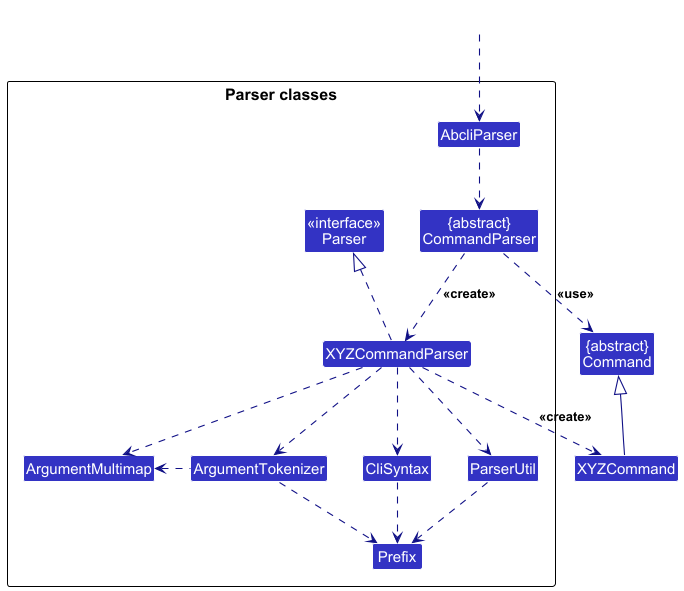
The PlantUML diagram docs/images/ParserClasses.png in nus-cs2103-AY2425S1/tp, before a commit.
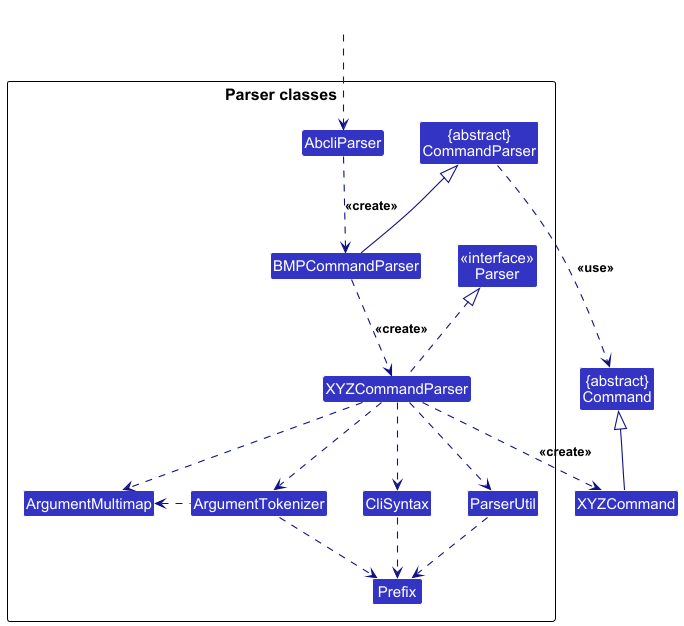
Above is the later version.

Change to the diagram source:
```diff
@@ -17,13 +17,15 @@
 Class ArgumentMultimap
 Class ArgumentTokenizer
 Class Prefix
+Class BMPCommandParser
 }
 
 Class HiddenOutside #FFFFFF
 HiddenOutside ..> AbcliParser
-AbcliParser ..> CommandParser
+AbcliParser ..> BMPCommandParser : <<create>>
+BMPCommandParser -up-|> CommandParser
 
-CommandParser .down.> XYZCommandParser: <<create>>
+BMPCommandParser .down.> XYZCommandParser: <<create>>
 
 XYZCommandParser ..> XYZCommand : <<create>>
 CommandParser ..> Command : <<use>>
```
